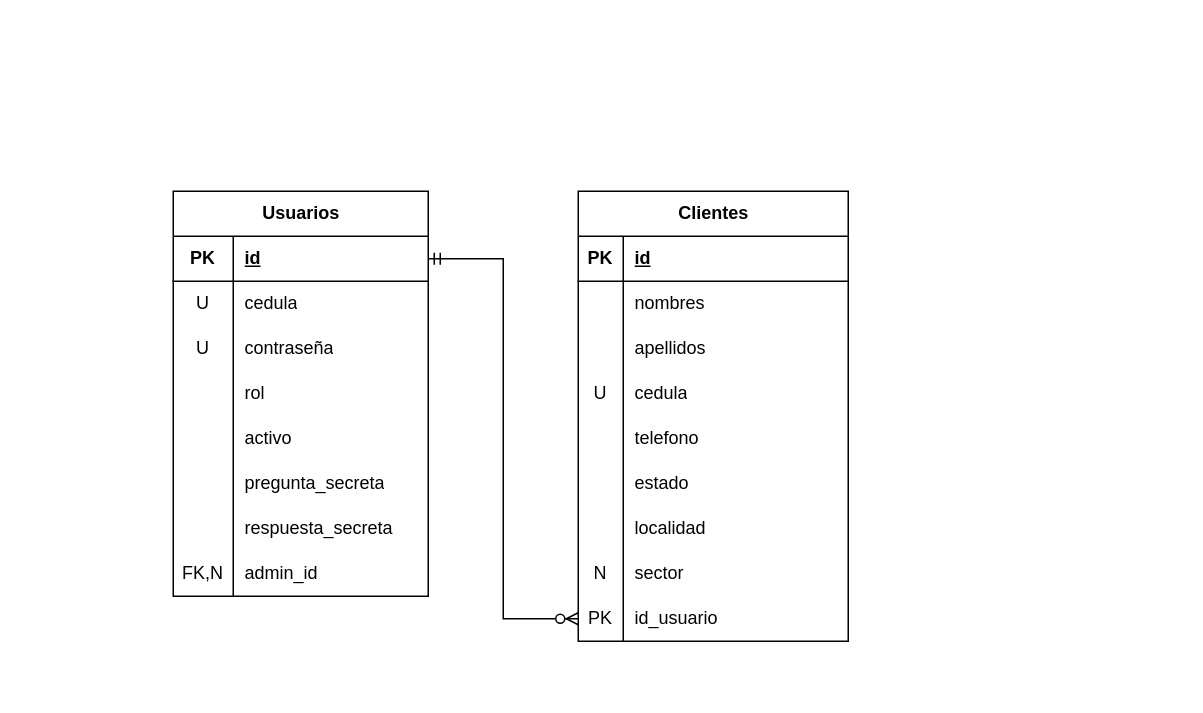
The draw.io diagram docs/Diagramas.drawio in Aime309/sitcav, before the edit. Source tidied: cells renumbered, new cells numbered last; positions are measured from the earlier drawing's top-left corner, leaving out a move shared by most shapes. Both pictures are drawn from the tidied source at 150%, with x=0, y=0 at pixel (172, 190).
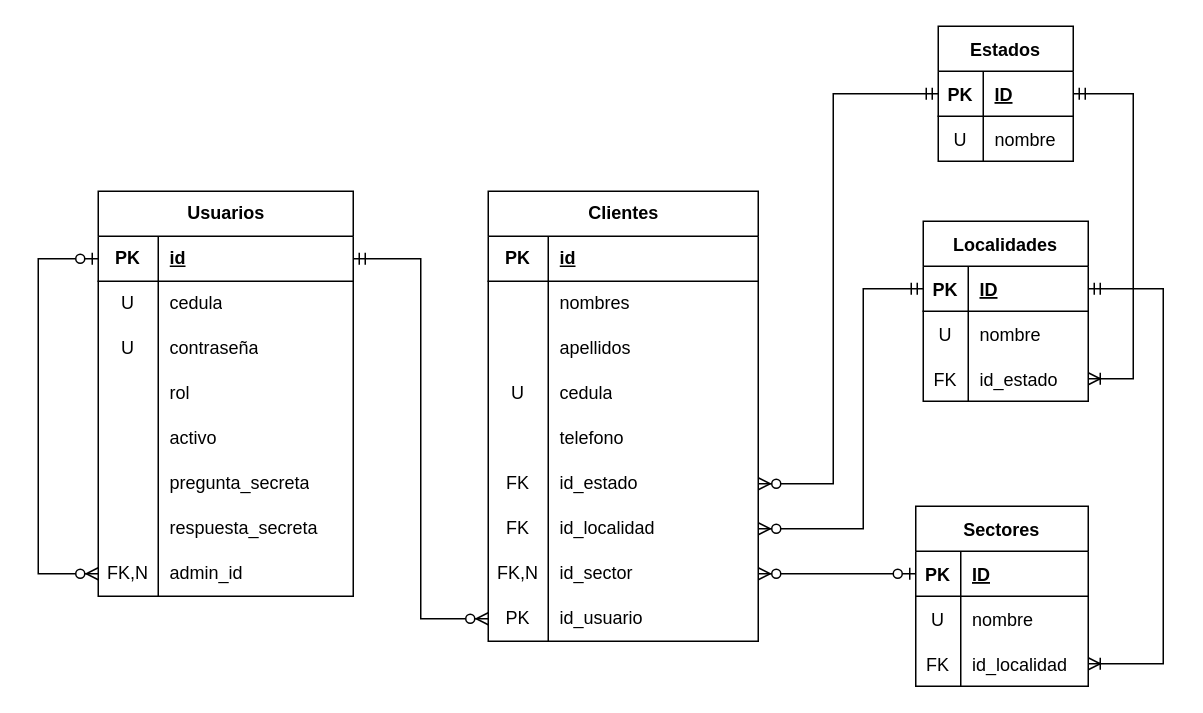
Above is the later version.

The change refers to these unchanged cells:
```xml
<mxCell id="3" style="shape=tableRow;horizontal=0;startSize=0;swimlaneHead=0;swimlaneBody=0;fillColor=none;points=[[0,0.5],[1,0.5]];portConstraint=eastwest;top=0;left=0;right=0;bottom=1;" parent="2" vertex="1">
  <mxGeometry y="30" width="170" height="30" as="geometry" />
</mxCell>
<mxCell id="24" style="shape=tableRow;horizontal=0;startSize=0;swimlaneHead=0;swimlaneBody=0;fillColor=none;points=[[0,0.5],[1,0.5]];portConstraint=eastwest;top=0;left=0;right=0;bottom=0;" parent="2" vertex="1">
  <mxGeometry y="240" width="170" height="30" as="geometry" />
</mxCell>
<mxCell id="28" style="shape=tableRow;horizontal=0;startSize=0;swimlaneHead=0;swimlaneBody=0;fillColor=none;top=0;left=0;right=0;bottom=1;" parent="27" vertex="1">
  <mxGeometry y="30" width="180" height="30" as="geometry" />
</mxCell>
<mxCell id="31" style="shape=tableRow;horizontal=0;startSize=0;swimlaneHead=0;swimlaneBody=0;fillColor=none;top=0;left=0;right=0;bottom=0;" parent="27" vertex="1">
  <mxGeometry y="60" width="180" height="30" as="geometry" />
</mxCell>
<mxCell id="34" style="shape=tableRow;horizontal=0;startSize=0;swimlaneHead=0;swimlaneBody=0;fillColor=none;top=0;left=0;right=0;bottom=0;" parent="27" vertex="1">
  <mxGeometry y="90" width="180" height="30" as="geometry" />
</mxCell>
<mxCell id="37" style="shape=tableRow;horizontal=0;startSize=0;swimlaneHead=0;swimlaneBody=0;fillColor=none;top=0;left=0;right=0;bottom=0;" parent="27" vertex="1">
  <mxGeometry y="120" width="180" height="30" as="geometry" />
</mxCell>
<mxCell id="40" style="shape=tableRow;horizontal=0;startSize=0;swimlaneHead=0;swimlaneBody=0;fillColor=none;top=0;left=0;right=0;bottom=0;" parent="27" vertex="1">
  <mxGeometry y="150" width="180" height="30" as="geometry" />
</mxCell>
<mxCell id="43" style="shape=tableRow;horizontal=0;startSize=0;swimlaneHead=0;swimlaneBody=0;fillColor=none;points=[[0,0.5],[1,0.5]];portConstraint=eastwest;top=0;left=0;right=0;bottom=0;" parent="27" vertex="1">
  <mxGeometry y="180" width="180" height="30" as="geometry" />
</mxCell>
<mxCell id="46" style="shape=tableRow;horizontal=0;startSize=0;swimlaneHead=0;swimlaneBody=0;fillColor=none;points=[[0,0.5],[1,0.5]];portConstraint=eastwest;top=0;left=0;right=0;bottom=0;" parent="27" vertex="1">
  <mxGeometry y="210" width="180" height="30" as="geometry" />
</mxCell>
<mxCell id="49" style="shape=tableRow;horizontal=0;startSize=0;swimlaneHead=0;swimlaneBody=0;fillColor=none;points=[[0,0.5],[1,0.5]];portConstraint=eastwest;top=0;left=0;right=0;bottom=0;" parent="27" vertex="1">
  <mxGeometry y="240" width="180" height="30" as="geometry" />
</mxCell>
<mxCell id="52" style="shape=tableRow;horizontal=0;startSize=0;swimlaneHead=0;swimlaneBody=0;fillColor=none;points=[[0,0.5],[1,0.5]];portConstraint=eastwest;top=0;left=0;right=0;bottom=0;" parent="27" vertex="1">
  <mxGeometry y="270" width="180" height="30" as="geometry" />
</mxCell>
```

Change to the diagram source:
```diff
@@
     <mxCell id="2" value="Usuarios" style="shape=table;startSize=30;childLayout=tableLayout;rowLines=0;fontStyle=1;align=center;html=1;" parent="1" vertex="1">
-      <mxGeometry width="170" height="270" as="geometry" />
+      <mxGeometry x="-50" width="170" height="270" as="geometry" />
     </mxCell>
@@
+    <mxCell id="56" style="edgeStyle=elbowEdgeStyle;fontSize=12;html=1;endArrow=ERzeroToMany;startArrow=ERzeroToOne;rounded=0;" parent="2" edge="1" source="3" target="24">
+      <mxGeometry relative="1" as="geometry">
+        <Array as="points">
+          <mxPoint x="-40" y="160" />
+        </Array>
+      </mxGeometry>
+    </mxCell>
     <mxCell id="27" value="Clientes" style="shape=table;startSize=30;childLayout=tableLayout;rowLines=0;fontStyle=1;align=center;html=1;" parent="1" vertex="1">
-      <mxGeometry x="270" width="180" height="300" as="geometry" />
+      <mxGeometry x="210" width="180" height="300" as="geometry" />
     </mxCell>
@@
     <mxCell id="29" value="PK" style="shape=partialRectangle;fillColor=none;top=0;left=0;bottom=0;right=0;fontStyle=1;overflow=hidden;whiteSpace=wrap;html=1;" parent="28" vertex="1">
-      <mxGeometry width="30" height="30" as="geometry" />
+      <mxGeometry width="40" height="30" as="geometry" />
     </mxCell>
     <mxCell id="30" value="id" style="shape=partialRectangle;fillColor=none;top=0;left=0;bottom=0;right=0;align=left;spacingLeft=6;fontStyle=5;overflow=hidden;whiteSpace=wrap;html=1;" parent="28" vertex="1">
-      <mxGeometry x="30" width="150" height="30" as="geometry" />
+      <mxGeometry x="40" width="140" height="30" as="geometry" />
     </mxCell>
@@
     <mxCell id="32" style="shape=partialRectangle;fillColor=none;top=0;left=0;bottom=0;right=0;overflow=hidden;whiteSpace=wrap;html=1;" parent="31" vertex="1">
-      <mxGeometry width="30" height="30" as="geometry" />
+      <mxGeometry width="40" height="30" as="geometry" />
     </mxCell>
     <mxCell id="33" value="nombres" style="shape=partialRectangle;fillColor=none;top=0;left=0;bottom=0;right=0;align=left;spacingLeft=6;overflow=hidden;whiteSpace=wrap;html=1;" parent="31" vertex="1">
-      <mxGeometry x="30" width="150" height="30" as="geometry" />
+      <mxGeometry x="40" width="140" height="30" as="geometry" />
     </mxCell>
@@
     <mxCell id="35" style="shape=partialRectangle;fillColor=none;top=0;left=0;bottom=0;right=0;overflow=hidden;whiteSpace=wrap;html=1;" parent="34" vertex="1">
-      <mxGeometry width="30" height="30" as="geometry" />
+      <mxGeometry width="40" height="30" as="geometry" />
     </mxCell>
     <mxCell id="36" value="apellidos" style="shape=partialRectangle;fillColor=none;top=0;left=0;bottom=0;right=0;align=left;spacingLeft=6;overflow=hidden;whiteSpace=wrap;html=1;" parent="34" vertex="1">
-      <mxGeometry x="30" width="150" height="30" as="geometry" />
+      <mxGeometry x="40" width="140" height="30" as="geometry" />
     </mxCell>
@@
     <mxCell id="38" value="U" style="shape=partialRectangle;fillColor=none;top=0;left=0;bottom=0;right=0;overflow=hidden;whiteSpace=wrap;html=1;" parent="37" vertex="1">
-      <mxGeometry width="30" height="30" as="geometry" />
+      <mxGeometry width="40" height="30" as="geometry" />
     </mxCell>
     <mxCell id="39" value="cedula" style="shape=partialRectangle;fillColor=none;top=0;left=0;bottom=0;right=0;align=left;spacingLeft=6;overflow=hidden;whiteSpace=wrap;html=1;" parent="37" vertex="1">
-      <mxGeometry x="30" width="150" height="30" as="geometry" />
+      <mxGeometry x="40" width="140" height="30" as="geometry" />
     </mxCell>
@@
     <mxCell id="41" style="shape=partialRectangle;fillColor=none;top=0;left=0;bottom=0;right=0;overflow=hidden;whiteSpace=wrap;html=1;" parent="40" vertex="1">
-      <mxGeometry width="30" height="30" as="geometry" />
+      <mxGeometry width="40" height="30" as="geometry" />
     </mxCell>
     <mxCell id="42" value="telefono" style="shape=partialRectangle;fillColor=none;top=0;left=0;bottom=0;right=0;align=left;spacingLeft=6;overflow=hidden;whiteSpace=wrap;html=1;" parent="40" vertex="1">
-      <mxGeometry x="30" width="150" height="30" as="geometry" />
+      <mxGeometry x="40" width="140" height="30" as="geometry" />
     </mxCell>
@@
-    <mxCell id="44" style="shape=partialRectangle;fillColor=none;top=0;left=0;bottom=0;right=0;overflow=hidden;whiteSpace=wrap;html=1;" parent="43" vertex="1">
-      <mxGeometry width="30" height="30" as="geometry" />
+    <mxCell id="44" value="FK" style="shape=partialRectangle;fillColor=none;top=0;left=0;bottom=0;right=0;overflow=hidden;whiteSpace=wrap;html=1;" parent="43" vertex="1">
+      <mxGeometry width="40" height="30" as="geometry" />
     </mxCell>
-    <mxCell id="45" value="estado" style="shape=partialRectangle;fillColor=none;top=0;left=0;bottom=0;right=0;align=left;spacingLeft=6;overflow=hidden;whiteSpace=wrap;html=1;" parent="43" vertex="1">
-      <mxGeometry x="30" width="150" height="30" as="geometry" />
+    <mxCell id="45" value="id_estado" style="shape=partialRectangle;fillColor=none;top=0;left=0;bottom=0;right=0;align=left;spacingLeft=6;overflow=hidden;whiteSpace=wrap;html=1;" parent="43" vertex="1">
+      <mxGeometry x="40" width="140" height="30" as="geometry" />
     </mxCell>
@@
-    <mxCell id="47" style="shape=partialRectangle;fillColor=none;top=0;left=0;bottom=0;right=0;overflow=hidden;whiteSpace=wrap;html=1;" parent="46" vertex="1">
-      <mxGeometry width="30" height="30" as="geometry" />
+    <mxCell id="47" value="FK" style="shape=partialRectangle;fillColor=none;top=0;left=0;bottom=0;right=0;overflow=hidden;whiteSpace=wrap;html=1;" parent="46" vertex="1">
+      <mxGeometry width="40" height="30" as="geometry" />
     </mxCell>
-    <mxCell id="48" value="localidad" style="shape=partialRectangle;fillColor=none;top=0;left=0;bottom=0;right=0;align=left;spacingLeft=6;overflow=hidden;whiteSpace=wrap;html=1;" parent="46" vertex="1">
-      <mxGeometry x="30" width="150" height="30" as="geometry" />
+    <mxCell id="48" value="id_localidad" style="shape=partialRectangle;fillColor=none;top=0;left=0;bottom=0;right=0;align=left;spacingLeft=6;overflow=hidden;whiteSpace=wrap;html=1;" parent="46" vertex="1">
+      <mxGeometry x="40" width="140" height="30" as="geometry" />
     </mxCell>
@@
-    <mxCell id="50" value="N" style="shape=partialRectangle;fillColor=none;top=0;left=0;bottom=0;right=0;overflow=hidden;whiteSpace=wrap;html=1;" parent="49" vertex="1">
-      <mxGeometry width="30" height="30" as="geometry" />
+    <mxCell id="50" value="FK,N" style="shape=partialRectangle;fillColor=none;top=0;left=0;bottom=0;right=0;overflow=hidden;whiteSpace=wrap;html=1;" parent="49" vertex="1">
+      <mxGeometry width="40" height="30" as="geometry" />
     </mxCell>
-    <mxCell id="51" value="sector" style="shape=partialRectangle;fillColor=none;top=0;left=0;bottom=0;right=0;align=left;spacingLeft=6;overflow=hidden;whiteSpace=wrap;html=1;" parent="49" vertex="1">
-      <mxGeometry x="30" width="150" height="30" as="geometry" />
+    <mxCell id="51" value="id_sector" style="shape=partialRectangle;fillColor=none;top=0;left=0;bottom=0;right=0;align=left;spacingLeft=6;overflow=hidden;whiteSpace=wrap;html=1;" parent="49" vertex="1">
+      <mxGeometry x="40" width="140" height="30" as="geometry" />
     </mxCell>
@@
     <mxCell id="53" value="PK" style="shape=partialRectangle;fillColor=none;top=0;left=0;bottom=0;right=0;overflow=hidden;whiteSpace=wrap;html=1;" parent="52" vertex="1">
-      <mxGeometry width="30" height="30" as="geometry" />
+      <mxGeometry width="40" height="30" as="geometry" />
     </mxCell>
     <mxCell id="54" value="id_usuario" style="shape=partialRectangle;fillColor=none;top=0;left=0;bottom=0;right=0;align=left;spacingLeft=6;overflow=hidden;whiteSpace=wrap;html=1;" parent="52" vertex="1">
-      <mxGeometry x="30" width="150" height="30" as="geometry" />
+      <mxGeometry x="40" width="140" height="30" as="geometry" />
     </mxCell>
@@
+    <mxCell id="57" value="Estados" style="shape=table;startSize=30;childLayout=tableLayout;rowLines=0;fontStyle=1;align=center;" parent="1" vertex="1">
+      <mxGeometry x="510" y="-110" width="90" height="90" as="geometry" />
+    </mxCell>
+    <mxCell id="58" style="shape=tableRow;horizontal=0;startSize=0;swimlaneHead=0;swimlaneBody=0;fillColor=none;points=[[0,0.5],[1,0.5]];portConstraint=eastwest;top=0;left=0;right=0;bottom=1;" parent="57" vertex="1">
+      <mxGeometry y="30" width="90" height="30" as="geometry" />
+    </mxCell>
+    <mxCell id="59" value="PK" style="shape=partialRectangle;fillColor=none;top=0;left=0;bottom=0;right=0;fontStyle=1;overflow=hidden;" parent="58" vertex="1">
+      <mxGeometry width="30" height="30" as="geometry" />
+    </mxCell>
+    <mxCell id="60" value="ID" style="shape=partialRectangle;fillColor=none;top=0;left=0;bottom=0;right=0;align=left;spacingLeft=6;fontStyle=5;overflow=hidden;" parent="58" vertex="1">
+      <mxGeometry x="30" width="60" height="30" as="geometry" />
+    </mxCell>
+    <mxCell id="61" style="shape=tableRow;horizontal=0;startSize=0;swimlaneHead=0;swimlaneBody=0;fillColor=none;top=0;left=0;right=0;bottom=0;" parent="57" vertex="1">
+      <mxGeometry y="60" width="90" height="30" as="geometry" />
+    </mxCell>
+    <mxCell id="62" value="U" style="shape=partialRectangle;fillColor=none;top=0;left=0;bottom=0;right=0;overflow=hidden;" parent="61" vertex="1">
+      <mxGeometry width="30" height="30" as="geometry" />
+    </mxCell>
+    <mxCell id="63" value="nombre" style="shape=partialRectangle;fillColor=none;top=0;left=0;bottom=0;right=0;align=left;spacingLeft=6;overflow=hidden;" parent="61" vertex="1">
+      <mxGeometry x="30" width="60" height="30" as="geometry" />
+    </mxCell>
+    <mxCell id="64" value="Localidades" style="shape=table;startSize=30;childLayout=tableLayout;rowLines=0;fontStyle=1;align=center;" parent="1" vertex="1">
+      <mxGeometry x="500" y="20" width="110" height="120" as="geometry" />
+    </mxCell>
+    <mxCell id="65" style="shape=tableRow;horizontal=0;startSize=0;swimlaneHead=0;swimlaneBody=0;fillColor=none;points=[[0,0.5],[1,0.5]];portConstraint=eastwest;top=0;left=0;right=0;bottom=1;" parent="64" vertex="1">
+      <mxGeometry y="30" width="110" height="30" as="geometry" />
+    </mxCell>
+    <mxCell id="66" value="PK" style="shape=partialRectangle;fillColor=none;top=0;left=0;bottom=0;right=0;fontStyle=1;overflow=hidden;" parent="65" vertex="1">
+      <mxGeometry width="30" height="30" as="geometry" />
+    </mxCell>
+    <mxCell id="67" value="ID" style="shape=partialRectangle;fillColor=none;top=0;left=0;bottom=0;right=0;align=left;spacingLeft=6;fontStyle=5;overflow=hidden;" parent="65" vertex="1">
+      <mxGeometry x="30" width="80" height="30" as="geometry" />
+    </mxCell>
+    <mxCell id="68" style="shape=tableRow;horizontal=0;startSize=0;swimlaneHead=0;swimlaneBody=0;fillColor=none;top=0;left=0;right=0;bottom=0;" parent="64" vertex="1">
+      <mxGeometry y="60" width="110" height="30" as="geometry" />
+    </mxCell>
+    <mxCell id="69" value="U" style="shape=partialRectangle;fillColor=none;top=0;left=0;bottom=0;right=0;overflow=hidden;" parent="68" vertex="1">
+      <mxGeometry width="30" height="30" as="geometry" />
+    </mxCell>
+    <mxCell id="70" value="nombre" style="shape=partialRectangle;fillColor=none;top=0;left=0;bottom=0;right=0;align=left;spacingLeft=6;overflow=hidden;" parent="68" vertex="1">
+      <mxGeometry x="30" width="80" height="30" as="geometry" />
+    </mxCell>
+    <mxCell id="71" style="shape=tableRow;horizontal=0;startSize=0;swimlaneHead=0;swimlaneBody=0;fillColor=none;points=[[0,0.5],[1,0.5]];portConstraint=eastwest;top=0;left=0;right=0;bottom=0;" parent="64" vertex="1">
+      <mxGeometry y="90" width="110" height="30" as="geometry" />
+    </mxCell>
+    <mxCell id="72" value="FK" style="shape=partialRectangle;fillColor=none;top=0;left=0;bottom=0;right=0;overflow=hidden;" parent="71" vertex="1">
+      <mxGeometry width="30" height="30" as="geometry" />
+    </mxCell>
+    <mxCell id="73" value="id_estado" style="shape=partialRectangle;fillColor=none;top=0;left=0;bottom=0;right=0;align=left;spacingLeft=6;overflow=hidden;" parent="71" vertex="1">
+      <mxGeometry x="30" width="80" height="30" as="geometry" />
+    </mxCell>
+    <mxCell id="74" style="edgeStyle=entityRelationEdgeStyle;fontSize=12;html=1;endArrow=ERoneToMany;startArrow=ERmandOne;rounded=0;" parent="1" edge="1" source="58" target="71">
+      <mxGeometry relative="1" as="geometry" />
+    </mxCell>
+    <mxCell id="75" value="Sectores" style="shape=table;startSize=30;childLayout=tableLayout;rowLines=0;fontStyle=1;align=center;" parent="1" vertex="1">
+      <mxGeometry x="495" y="210" width="115" height="120" as="geometry" />
+    </mxCell>
+    <mxCell id="76" style="shape=tableRow;horizontal=0;startSize=0;swimlaneHead=0;swimlaneBody=0;fillColor=none;points=[[0,0.5],[1,0.5]];portConstraint=eastwest;top=0;left=0;right=0;bottom=1;" parent="75" vertex="1">
+      <mxGeometry y="30" width="115" height="30" as="geometry" />
+    </mxCell>
+    <mxCell id="77" value="PK" style="shape=partialRectangle;fillColor=none;top=0;left=0;bottom=0;right=0;fontStyle=1;overflow=hidden;" parent="76" vertex="1">
+      <mxGeometry width="30" height="30" as="geometry" />
+    </mxCell>
+    <mxCell id="78" value="ID" style="shape=partialRectangle;fillColor=none;top=0;left=0;bottom=0;right=0;align=left;spacingLeft=6;fontStyle=5;overflow=hidden;" parent="76" vertex="1">
+      <mxGeometry x="30" width="85" height="30" as="geometry" />
+    </mxCell>
+    <mxCell id="79" style="shape=tableRow;horizontal=0;startSize=0;swimlaneHead=0;swimlaneBody=0;fillColor=none;top=0;left=0;right=0;bottom=0;" parent="75" vertex="1">
+      <mxGeometry y="60" width="115" height="30" as="geometry" />
+    </mxCell>
+    <mxCell id="80" value="U" style="shape=partialRectangle;fillColor=none;top=0;left=0;bottom=0;right=0;overflow=hidden;" parent="79" vertex="1">
+      <mxGeometry width="30" height="30" as="geometry" />
+    </mxCell>
+    <mxCell id="81" value="nombre" style="shape=partialRectangle;fillColor=none;top=0;left=0;bottom=0;right=0;align=left;spacingLeft=6;overflow=hidden;" parent="79" vertex="1">
+      <mxGeometry x="30" width="85" height="30" as="geometry" />
+    </mxCell>
+    <mxCell id="82" style="shape=tableRow;horizontal=0;startSize=0;swimlaneHead=0;swimlaneBody=0;fillColor=none;points=[[0,0.5],[1,0.5]];portConstraint=eastwest;top=0;left=0;right=0;bottom=0;" parent="75" vertex="1">
+      <mxGeometry y="90" width="115" height="30" as="geometry" />
+    </mxCell>
+    <mxCell id="83" value="FK" style="shape=partialRectangle;fillColor=none;top=0;left=0;bottom=0;right=0;overflow=hidden;" parent="82" vertex="1">
+      <mxGeometry width="30" height="30" as="geometry" />
+    </mxCell>
+    <mxCell id="84" value="id_localidad" style="shape=partialRectangle;fillColor=none;top=0;left=0;bottom=0;right=0;align=left;spacingLeft=6;overflow=hidden;" parent="82" vertex="1">
+      <mxGeometry x="30" width="85" height="30" as="geometry" />
+    </mxCell>
+    <mxCell id="85" style="edgeStyle=elbowEdgeStyle;fontSize=12;html=1;endArrow=ERoneToMany;startArrow=ERmandOne;rounded=0;" parent="1" edge="1" source="65" target="82">
+      <mxGeometry relative="1" as="geometry">
+        <Array as="points">
+          <mxPoint x="660" y="190" />
+        </Array>
+      </mxGeometry>
+    </mxCell>
+    <mxCell id="86" style="edgeStyle=orthogonalEdgeStyle;fontSize=12;html=1;endArrow=ERzeroToMany;startArrow=ERmandOne;rounded=0;" parent="1" edge="1" source="58" target="43">
+      <mxGeometry relative="1" as="geometry">
+        <Array as="points">
+          <mxPoint x="440" y="-65" />
+          <mxPoint x="440" y="195" />
+        </Array>
+      </mxGeometry>
+    </mxCell>
+    <mxCell id="87" style="edgeStyle=elbowEdgeStyle;fontSize=12;html=1;endArrow=ERzeroToMany;startArrow=ERmandOne;rounded=0;" parent="1" edge="1" source="65" target="46">
+      <mxGeometry relative="1" as="geometry">
+        <Array as="points">
+          <mxPoint x="460" y="160" />
+          <mxPoint x="460" y="150" />
+        </Array>
+      </mxGeometry>
+    </mxCell>
+    <mxCell id="88" style="edgeStyle=elbowEdgeStyle;fontSize=12;html=1;endArrow=ERzeroToMany;startArrow=ERzeroToOne;rounded=0;" parent="1" edge="1" source="76" target="49">
+      <mxGeometry relative="1" as="geometry" />
+    </mxCell>
```
